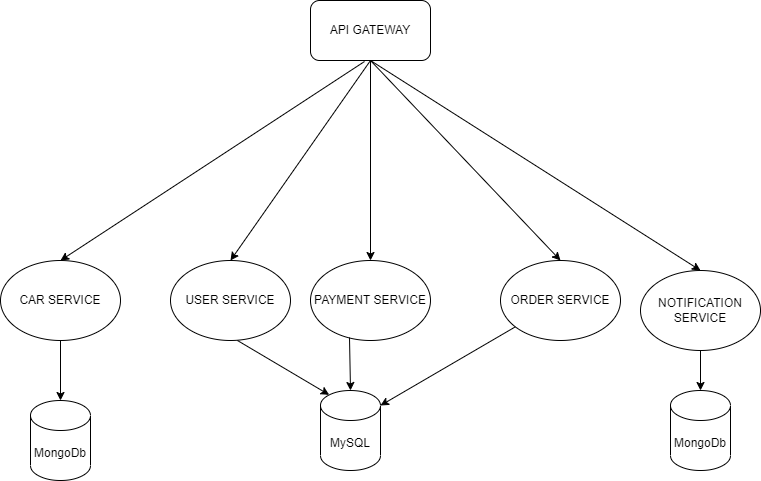
Above: image/microservice_1.png in azriakmalk/alterra-bootcamp-day22 (draw.io), before the change. Source tidied: cells renumbered, new cells last; positions are measured from the earlier drawing's top-left corner, leaving out a move shared by most shapes.
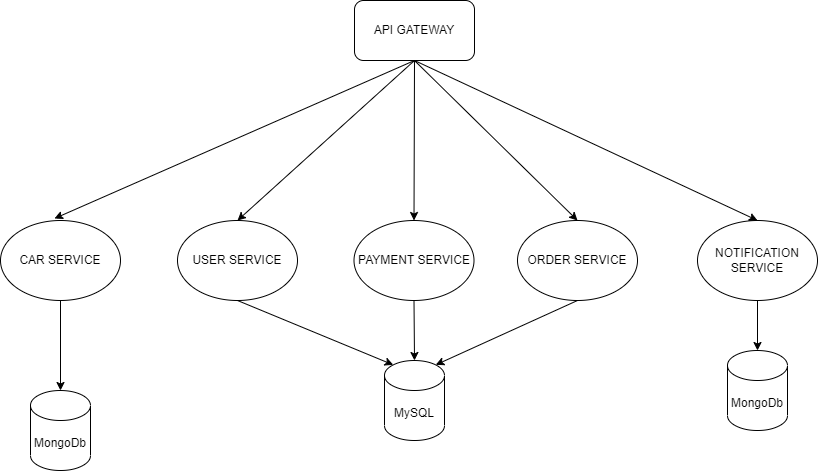
Above is the later version.

Change to the diagram source:
```diff
@@ -2,62 +2,62 @@
   <root>
     <mxCell id="0" />
     <mxCell id="1" parent="0" />
+    <mxCell id="7" value="API GATEWAY" style="rounded=1;whiteSpace=wrap;html=1;" parent="1" vertex="1">
+      <mxGeometry x="-503" y="120" width="120" height="60" as="geometry" />
+    </mxCell>
     <mxCell id="2" value="CAR SERVICE" style="ellipse;whiteSpace=wrap;html=1;" parent="1" vertex="1">
-      <mxGeometry y="260" width="120" height="80" as="geometry" />
+      <mxGeometry x="-857" y="340" width="120" height="80" as="geometry" />
     </mxCell>
     <mxCell id="3" value="USER SERVICE" style="ellipse;whiteSpace=wrap;html=1;" parent="1" vertex="1">
-      <mxGeometry x="170" y="260" width="120" height="80" as="geometry" />
+      <mxGeometry x="-680" y="340" width="120" height="80" as="geometry" />
     </mxCell>
-    <mxCell id="4" value="NOTIFICATION SERVICE" style="ellipse;whiteSpace=wrap;html=1;" parent="1" vertex="1">
-      <mxGeometry x="640" y="270" width="120" height="80" as="geometry" />
-    </mxCell>
     <mxCell id="5" value="PAYMENT SERVICE" style="ellipse;whiteSpace=wrap;html=1;" parent="1" vertex="1">
-      <mxGeometry x="310" y="260" width="120" height="80" as="geometry" />
+      <mxGeometry x="-503.5" y="340" width="120" height="80" as="geometry" />
     </mxCell>
     <mxCell id="6" value="ORDER SERVICE" style="ellipse;whiteSpace=wrap;html=1;" parent="1" vertex="1">
-      <mxGeometry x="500" y="260" width="120" height="80" as="geometry" />
+      <mxGeometry x="-340" y="340" width="120" height="80" as="geometry" />
     </mxCell>
-    <mxCell id="7" value="API GATEWAY" style="rounded=1;whiteSpace=wrap;html=1;" parent="1" vertex="1">
-      <mxGeometry x="310" width="120" height="60" as="geometry" />
-    </mxCell>
+    <mxCell id="4" value="NOTIFICATION SERVICE" style="ellipse;whiteSpace=wrap;html=1;" parent="1" vertex="1">
+      <mxGeometry x="-160" y="340" width="120" height="80" as="geometry" />
+    </mxCell>
-    <mxCell id="8" style="endArrow=classic;html=1;rounded=0;entryX=0.5;entryY=0;entryDx=0;entryDy=0;exitX=0.45;exitY=1.017;exitDx=0;exitDy=0;exitPerimeter=0;" parent="1" edge="1" source="7" target="2">
+    <mxCell id="8" style="endArrow=classic;html=1;rounded=0;entryX=0.45;entryY=-0.025;entryDx=0;entryDy=0;entryPerimeter=0;exitX=0.5;exitY=1;exitDx=0;exitDy=0;" parent="1" edge="1" source="7" target="2">
       <mxGeometry relative="1" as="geometry" />
     </mxCell>
     <mxCell id="9" style="endArrow=classic;html=1;rounded=0;entryX=0.5;entryY=0;entryDx=0;entryDy=0;exitX=0.5;exitY=1;exitDx=0;exitDy=0;" parent="1" edge="1" source="7" target="3">
       <mxGeometry relative="1" as="geometry" />
     </mxCell>
-    <mxCell id="10" style="endArrow=classic;html=1;rounded=0;entryX=0.5;entryY=0;entryDx=0;entryDy=0;exitX=0.5;exitY=1;exitDx=0;exitDy=0;" parent="1" edge="1" source="7" target="4">
-      <mxGeometry relative="1" as="geometry" />
-    </mxCell>
-    <mxCell id="11" style="endArrow=classic;html=1;rounded=0;exitX=0.5;exitY=1;exitDx=0;exitDy=0;entryX=0.5;entryY=0;entryDx=0;entryDy=0;" parent="1" edge="1" source="7" target="5">
+    <mxCell id="11" style="endArrow=classic;html=1;rounded=0;entryX=0.5;entryY=0;entryDx=0;entryDy=0;exitX=0.5;exitY=1;exitDx=0;exitDy=0;" parent="1" edge="1" source="7" target="5">
       <mxGeometry relative="1" as="geometry" />
     </mxCell>
     <mxCell id="12" style="endArrow=classic;html=1;rounded=0;entryX=0.5;entryY=0;entryDx=0;entryDy=0;exitX=0.5;exitY=1;exitDx=0;exitDy=0;" parent="1" edge="1" source="7" target="6">
       <mxGeometry relative="1" as="geometry" />
     </mxCell>
-    <mxCell id="13" value="MongoDb" style="shape=cylinder3;whiteSpace=wrap;html=1;boundedLbl=1;backgroundOutline=1;size=15;" parent="1" vertex="1">
-      <mxGeometry x="30" y="400" width="60" height="80" as="geometry" />
-    </mxCell>
+    <mxCell id="10" style="endArrow=classic;html=1;rounded=0;entryX=0.5;entryY=0;entryDx=0;entryDy=0;exitX=0.5;exitY=1;exitDx=0;exitDy=0;" parent="1" edge="1" source="7" target="4">
+      <mxGeometry relative="1" as="geometry" />
+    </mxCell>
+    <mxCell id="21" value="MongoDb" style="shape=cylinder3;whiteSpace=wrap;html=1;boundedLbl=1;backgroundOutline=1;size=15;" parent="1" vertex="1">
+      <mxGeometry x="-827" y="510" width="60" height="80" as="geometry" />
+    </mxCell>
+    <mxCell id="22" value="MongoDb" style="shape=cylinder3;whiteSpace=wrap;html=1;boundedLbl=1;backgroundOutline=1;size=15;" parent="1" vertex="1">
+      <mxGeometry x="-130" y="470" width="60" height="80" as="geometry" />
+    </mxCell>
     <mxCell id="14" value="MySQL" style="shape=cylinder3;whiteSpace=wrap;html=1;boundedLbl=1;backgroundOutline=1;size=15;" parent="1" vertex="1">
-      <mxGeometry x="320" y="390" width="60" height="80" as="geometry" />
+      <mxGeometry x="-473" y="480" width="60" height="80" as="geometry" />
     </mxCell>
-    <mxCell id="15" style="endArrow=classic;html=1;rounded=0;exitX=0.5;exitY=1;exitDx=0;exitDy=0;entryX=0.5;entryY=0;entryDx=0;entryDy=0;entryPerimeter=0;" parent="1" edge="1" source="2" target="13">
-      <mxGeometry relative="1" as="geometry" />
-    </mxCell>
+    <mxCell id="23" style="endArrow=classic;html=1;rounded=0;entryX=0.5;entryY=0;entryDx=0;entryDy=0;entryPerimeter=0;exitX=0.5;exitY=1;exitDx=0;exitDy=0;" parent="1" edge="1" source="2" target="21">
+      <mxGeometry relative="1" as="geometry" />
+    </mxCell>
-    <mxCell id="16" style="endArrow=classic;html=1;rounded=0;exitX=0.558;exitY=1;exitDx=0;exitDy=0;exitPerimeter=0;entryX=0.145;entryY=0;entryDx=0;entryDy=4.35;entryPerimeter=0;" parent="1" edge="1" source="3" target="14">
+    <mxCell id="16" style="endArrow=classic;html=1;rounded=0;entryX=0.145;entryY=0;entryDx=0;entryDy=4.35;entryPerimeter=0;exitX=0.5;exitY=1;exitDx=0;exitDy=0;" parent="1" edge="1" source="3" target="14">
       <mxGeometry relative="1" as="geometry" />
     </mxCell>
-    <mxCell id="17" style="endArrow=classic;html=1;rounded=0;exitX=0.325;exitY=0.963;exitDx=0;exitDy=0;entryX=0.5;entryY=0;entryDx=0;entryDy=0;entryPerimeter=0;exitPerimeter=0;" parent="1" edge="1" source="5" target="14">
+    <mxCell id="17" style="endArrow=classic;html=1;rounded=0;entryX=0.5;entryY=0;entryDx=0;entryDy=0;entryPerimeter=0;exitX=0.5;exitY=1;exitDx=0;exitDy=0;" parent="1" edge="1" source="5" target="14">
       <mxGeometry relative="1" as="geometry" />
     </mxCell>
-    <mxCell id="18" style="endArrow=classic;html=1;rounded=0;entryX=1;entryY=0;entryDx=0;entryDy=15;entryPerimeter=0;" parent="1" edge="1" source="6" target="14">
+    <mxCell id="18" style="endArrow=classic;html=1;rounded=0;entryX=0.855;entryY=0;entryDx=0;entryDy=4.35;entryPerimeter=0;exitX=0.5;exitY=1;exitDx=0;exitDy=0;" parent="1" edge="1" source="6" target="14">
       <mxGeometry relative="1" as="geometry" />
     </mxCell>
-    <mxCell id="19" value="MongoDb" style="shape=cylinder3;whiteSpace=wrap;html=1;boundedLbl=1;backgroundOutline=1;size=15;" parent="1" vertex="1">
-      <mxGeometry x="670" y="390" width="60" height="80" as="geometry" />
-    </mxCell>
-    <mxCell id="20" style="endArrow=classic;html=1;rounded=0;entryX=0.5;entryY=0;entryDx=0;entryDy=0;entryPerimeter=0;exitX=0.5;exitY=1;exitDx=0;exitDy=0;" parent="1" edge="1" source="4" target="19">
-      <mxGeometry relative="1" as="geometry" />
-    </mxCell>
+    <mxCell id="24" style="endArrow=classic;html=1;rounded=0;entryX=0.5;entryY=0;entryDx=0;entryDy=0;entryPerimeter=0;exitX=0.5;exitY=1;exitDx=0;exitDy=0;" parent="1" edge="1" source="4" target="22">
+      <mxGeometry relative="1" as="geometry" />
+    </mxCell>
   </root>
 </mxGraphModel>
```
